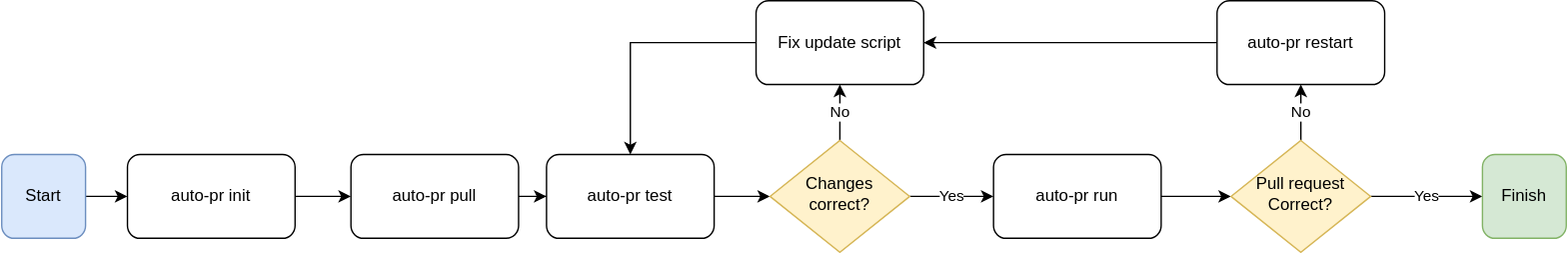
getyourguide/auto-pr keeps this draw.io diagram as img/auto-pr.svg. Above is the earlier version. Source tidied: cells renumbered, new cells last; positions are measured from the earlier drawing's top-left corner, leaving out a move shared by most shapes.
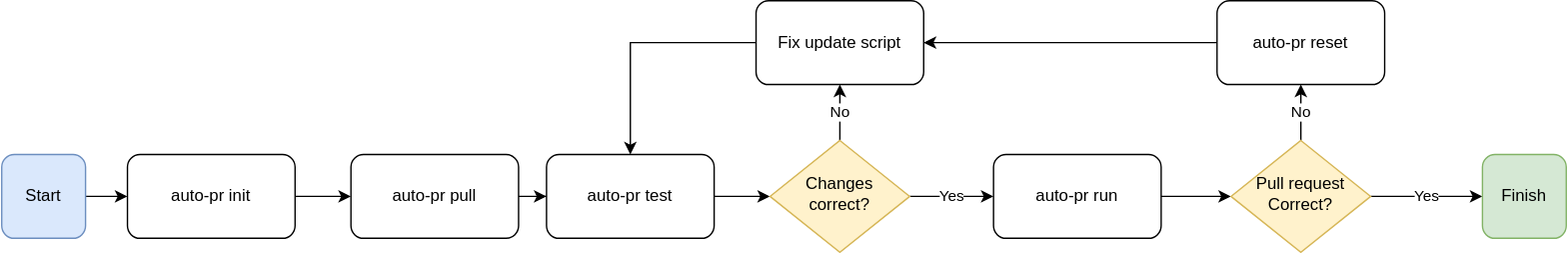
The same diagram one commit later.

The edit, as a diff of the source:
```diff
@@ -47,7 +47,7 @@
     <mxCell id="16" style="edgeStyle=orthogonalEdgeStyle;rounded=0;jettySize=auto;html=1;exitX=0;exitY=0.5;exitDx=0;exitDy=0;" parent="1" edge="1" source="17" target="22">
       <mxGeometry relative="1" as="geometry" />
     </mxCell>
-    <mxCell id="17" value="auto-pr restart" style="rounded=1;whiteSpace=wrap;html=1;" parent="1" vertex="1">
+    <mxCell id="17" value="auto-pr reset" style="rounded=1;whiteSpace=wrap;html=1;" parent="1" vertex="1">
       <mxGeometry x="870" width="120" height="60" as="geometry" />
     </mxCell>
     <mxCell id="18" value="No" style="edgeStyle=orthogonalEdgeStyle;rounded=0;jettySize=auto;html=1;exitX=0.5;exitY=0;exitDx=0;exitDy=0;entryX=0.5;entryY=1;entryDx=0;entryDy=0;" parent="1" edge="1" source="20" target="22">
```
